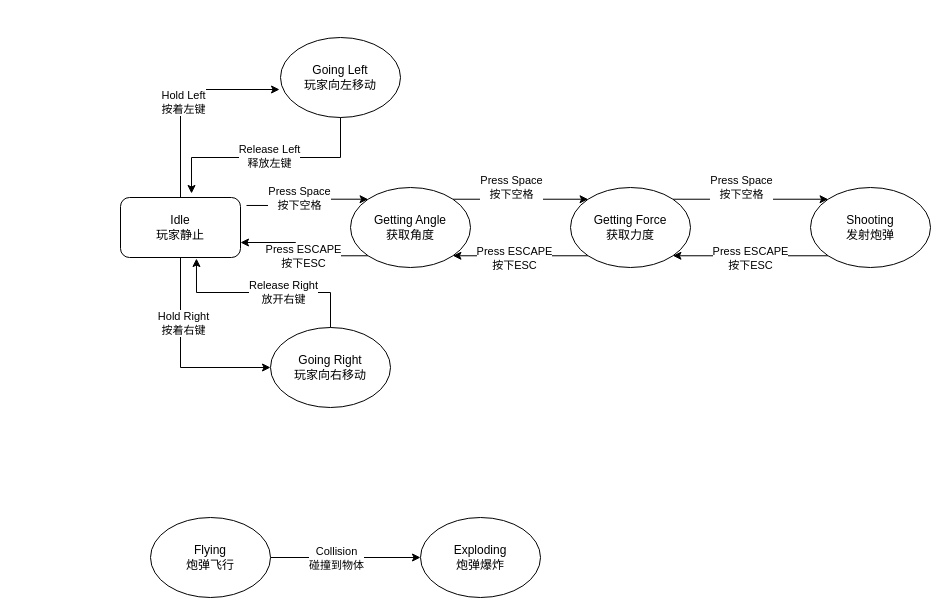
Before: openDDT/设计文档/状态机.drawio in wangqqiyue/Games, a draw.io diagram. Source tidied: cells renumbered, new cells numbered last; positions are measured from the earlier drawing's top-left corner, leaving out a move shared by most shapes. Both pictures are drawn from the tidied source at 100%, with x=0, y=0 at pixel (120, 37).
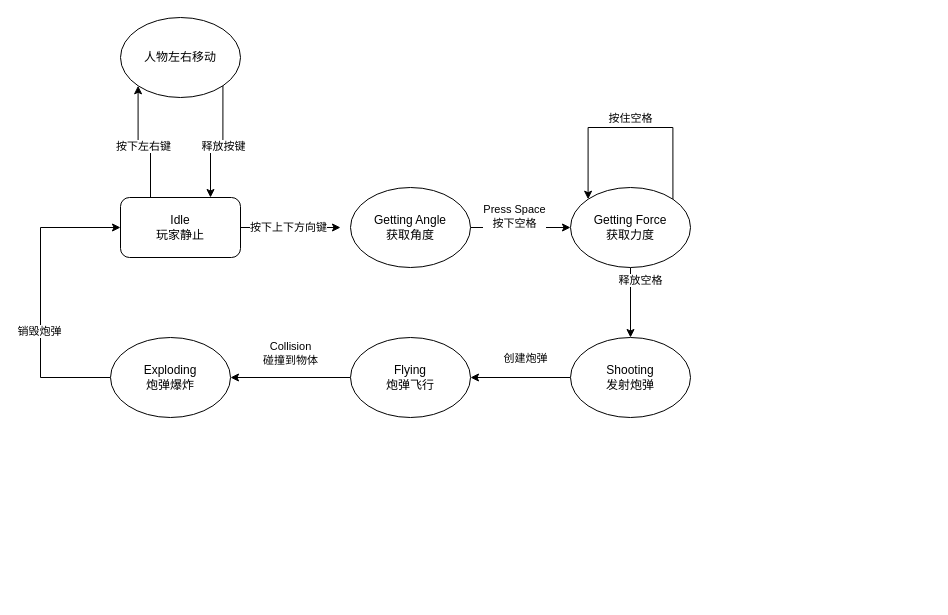
The same diagram, later.

The change refers to these unchanged cells:
```xml
<mxCell id="6" value="Idle&lt;div&gt;玩家静止&lt;/div&gt;" style="rounded=1;whiteSpace=wrap;html=1;" parent="1" vertex="1">
  <mxGeometry y="160" width="120" height="60" as="geometry" />
</mxCell>
<mxCell id="13" value="Getting Angle&lt;div&gt;获取角度&lt;/div&gt;" style="ellipse;whiteSpace=wrap;html=1;" parent="1" vertex="1">
  <mxGeometry x="230" y="150" width="120" height="80" as="geometry" />
</mxCell>
<mxCell id="18" value="Getting Force&lt;div&gt;获取力度&lt;/div&gt;" style="ellipse;whiteSpace=wrap;html=1;" parent="1" vertex="1">
  <mxGeometry x="450" y="150" width="120" height="80" as="geometry" />
</mxCell>
```

The edit, as a diff of the source:
```diff
@@
-    <mxCell id="2" style="edgeStyle=orthogonalEdgeStyle;rounded=0;jettySize=auto;html=1;exitX=0.5;exitY=1;exitDx=0;exitDy=0;entryX=0;entryY=0.5;entryDx=0;entryDy=0;" parent="1" edge="1" source="6" target="8">
-      <mxGeometry relative="1" as="geometry" />
-    </mxCell>
-    <mxCell id="3" value="Hold Right&lt;div&gt;按着右键&lt;/div&gt;" style="edgeLabel;html=1;align=center;verticalAlign=middle;" parent="2" vertex="1">
-      <mxGeometry x="-0.35" y="2" relative="1" as="geometry" />
-    </mxCell>
-    <mxCell id="4" style="edgeStyle=orthogonalEdgeStyle;rounded=0;jettySize=auto;html=1;exitX=1.05;exitY=0.133;exitDx=0;exitDy=0;entryX=0;entryY=0;entryDx=0;entryDy=0;exitPerimeter=0;" parent="1" edge="1" source="6" target="13">
-      <mxGeometry relative="1" as="geometry" />
+    <mxCell id="4" style="edgeStyle=orthogonalEdgeStyle;rounded=0;jettySize=auto;html=1;exitX=1;exitY=0.5;exitDx=0;exitDy=0;" parent="1" edge="1" source="6">
+      <mxGeometry relative="1" as="geometry">
+        <mxPoint x="220" y="190" as="targetPoint" />
+      </mxGeometry>
     </mxCell>
-    <mxCell id="5" value="Press Space&lt;div&gt;按下空格&lt;/div&gt;" style="edgeLabel;html=1;align=center;verticalAlign=middle;" parent="4" vertex="1">
+    <mxCell id="5" value="按下上下方向键" style="edgeLabel;html=1;align=center;verticalAlign=middle;" parent="4" vertex="1">
       <mxGeometry x="-0.07" y="1" relative="1" as="geometry" />
     </mxCell>
@@
-    <mxCell id="7" value="Going Left&lt;div&gt;玩家向左移动&lt;/div&gt;" style="ellipse;whiteSpace=wrap;html=1;" parent="1" vertex="1">
-      <mxGeometry x="160" width="120" height="80" as="geometry" />
+    <mxCell id="7" value="人物左右移动" style="ellipse;whiteSpace=wrap;html=1;" parent="1" vertex="1">
+      <mxGeometry y="-20" width="120" height="80" as="geometry" />
     </mxCell>
-    <mxCell id="8" value="Going Right&lt;div&gt;玩家向右移动&lt;/div&gt;" style="ellipse;whiteSpace=wrap;html=1;" parent="1" vertex="1">
-      <mxGeometry x="150" y="290" width="120" height="80" as="geometry" />
-    </mxCell>
-    <mxCell id="9" style="edgeStyle=orthogonalEdgeStyle;rounded=0;jettySize=auto;html=1;exitX=1;exitY=0;exitDx=0;exitDy=0;entryX=0;entryY=0;entryDx=0;entryDy=0;" parent="1" edge="1" source="13" target="18">
+    <mxCell id="9" style="edgeStyle=orthogonalEdgeStyle;rounded=0;jettySize=auto;html=1;exitX=1;exitY=0.5;exitDx=0;exitDy=0;entryX=0;entryY=0.5;entryDx=0;entryDy=0;" parent="1" edge="1" source="13" target="18">
       <mxGeometry relative="1" as="geometry" />
     </mxCell>
@@
-    <mxCell id="11" style="edgeStyle=orthogonalEdgeStyle;rounded=0;jettySize=auto;html=1;exitX=0;exitY=1;exitDx=0;exitDy=0;entryX=1;entryY=0.75;entryDx=0;entryDy=0;" parent="1" edge="1" source="13" target="6">
-      <mxGeometry relative="1" as="geometry" />
-    </mxCell>
-    <mxCell id="12" value="Press ESCAPE&lt;br&gt;按下ESC" style="edgeLabel;html=1;align=center;verticalAlign=middle;" parent="11" vertex="1">
-      <mxGeometry x="-0.08" relative="1" as="geometry" />
-    </mxCell>
@@
-    <mxCell id="14" style="edgeStyle=orthogonalEdgeStyle;rounded=0;jettySize=auto;html=1;exitX=1;exitY=0;exitDx=0;exitDy=0;entryX=0;entryY=0;entryDx=0;entryDy=0;" parent="1" edge="1" source="18" target="21">
+    <mxCell id="14" style="edgeStyle=orthogonalEdgeStyle;rounded=0;jettySize=auto;html=1;exitX=0.5;exitY=1;exitDx=0;exitDy=0;entryX=0.5;entryY=0;entryDx=0;entryDy=0;" parent="1" edge="1" source="18" target="21">
       <mxGeometry relative="1" as="geometry" />
     </mxCell>
-    <mxCell id="15" value="Press Space&lt;div&gt;按下空格&lt;/div&gt;" style="edgeLabel;html=1;align=center;verticalAlign=middle;" parent="14" vertex="1">
+    <mxCell id="15" value="释放空格" style="edgeLabel;html=1;align=center;verticalAlign=middle;" parent="14" vertex="1">
       <mxGeometry x="-0.26" y="-2" relative="1" as="geometry">
         <mxPoint x="11" y="-14" as="offset" />
       </mxGeometry>
     </mxCell>
-    <mxCell id="16" style="edgeStyle=orthogonalEdgeStyle;rounded=0;jettySize=auto;html=1;exitX=0;exitY=1;exitDx=0;exitDy=0;entryX=1;entryY=1;entryDx=0;entryDy=0;" parent="1" edge="1" source="18" target="13">
-      <mxGeometry relative="1" as="geometry" />
-    </mxCell>
-    <mxCell id="17" value="Press ESCAPE&lt;br&gt;按下ESC" style="edgeLabel;html=1;align=center;verticalAlign=middle;" parent="16" vertex="1">
-      <mxGeometry x="0.1" y="2" relative="1" as="geometry" />
-    </mxCell>
@@
-    <mxCell id="19" style="edgeStyle=orthogonalEdgeStyle;rounded=0;jettySize=auto;html=1;exitX=0;exitY=1;exitDx=0;exitDy=0;entryX=1;entryY=1;entryDx=0;entryDy=0;" parent="1" edge="1" source="21" target="18">
-      <mxGeometry relative="1" as="geometry" />
-    </mxCell>
-    <mxCell id="20" value="Press ESCAPE&lt;br&gt;按下ESC" style="edgeLabel;html=1;align=center;verticalAlign=middle;" parent="19" vertex="1">
-      <mxGeometry x="0.27" y="1" relative="1" as="geometry">
-        <mxPoint x="21" y="1" as="offset" />
-      </mxGeometry>
-    </mxCell>
+    <mxCell id="32" style="edgeStyle=orthogonalEdgeStyle;rounded=0;jettySize=auto;html=1;exitX=0;exitY=0.5;exitDx=0;exitDy=0;entryX=1;entryY=0.5;entryDx=0;entryDy=0;" parent="1" edge="1" source="21" target="30">
+      <mxGeometry relative="1" as="geometry" />
+    </mxCell>
+    <mxCell id="33" value="创建炮弹" style="edgeLabel;html=1;align=center;verticalAlign=middle;" parent="32" vertex="1">
+      <mxGeometry y="-3" relative="1" as="geometry">
+        <mxPoint x="4" y="-17" as="offset" />
+      </mxGeometry>
+    </mxCell>
     <mxCell id="21" value="Shooting&lt;div&gt;发射炮弹&lt;/div&gt;" style="ellipse;whiteSpace=wrap;html=1;" parent="1" vertex="1">
-      <mxGeometry x="690" y="150" width="120" height="80" as="geometry" />
+      <mxGeometry x="450" y="300" width="120" height="80" as="geometry" />
     </mxCell>
-    <mxCell id="22" style="edgeStyle=orthogonalEdgeStyle;rounded=0;jettySize=auto;html=1;exitX=0.5;exitY=0;exitDx=0;exitDy=0;entryX=-0.008;entryY=0.65;entryDx=0;entryDy=0;entryPerimeter=0;" parent="1" edge="1" source="6" target="7">
+    <mxCell id="22" style="edgeStyle=orthogonalEdgeStyle;rounded=0;jettySize=auto;html=1;exitX=0.25;exitY=0;exitDx=0;exitDy=0;entryX=0;entryY=1;entryDx=0;entryDy=0;" parent="1" edge="1" source="6" target="7">
       <mxGeometry relative="1" as="geometry" />
     </mxCell>
-    <mxCell id="23" value="Hold Left&lt;div&gt;按着左键&lt;/div&gt;" style="edgeLabel;html=1;align=center;verticalAlign=middle;" parent="22" vertex="1">
+    <mxCell id="23" value="按下左右键" style="edgeLabel;html=1;align=center;verticalAlign=middle;" parent="22" vertex="1">
       <mxGeometry x="-0.07" y="-2" relative="1" as="geometry" />
     </mxCell>
-    <mxCell id="24" style="edgeStyle=orthogonalEdgeStyle;rounded=0;jettySize=auto;html=1;exitX=0.5;exitY=1;exitDx=0;exitDy=0;entryX=0.592;entryY=-0.067;entryDx=0;entryDy=0;entryPerimeter=0;" parent="1" edge="1" source="7" target="6">
+    <mxCell id="24" style="edgeStyle=orthogonalEdgeStyle;rounded=0;jettySize=auto;html=1;exitX=1;exitY=1;exitDx=0;exitDy=0;entryX=0.75;entryY=0;entryDx=0;entryDy=0;" parent="1" edge="1" source="7" target="6">
       <mxGeometry relative="1" as="geometry" />
     </mxCell>
-    <mxCell id="25" value="Release Left&lt;div&gt;释放左键&lt;/div&gt;" style="edgeLabel;html=1;align=center;verticalAlign=middle;" parent="24" vertex="1">
+    <mxCell id="25" value="释放按键" style="edgeLabel;html=1;align=center;verticalAlign=middle;" parent="24" vertex="1">
       <mxGeometry y="-2" relative="1" as="geometry" />
     </mxCell>
-    <mxCell id="26" style="edgeStyle=orthogonalEdgeStyle;rounded=0;jettySize=auto;html=1;exitX=0.5;exitY=0;exitDx=0;exitDy=0;entryX=0.633;entryY=1.017;entryDx=0;entryDy=0;entryPerimeter=0;" parent="1" edge="1" source="8" target="6">
-      <mxGeometry relative="1" as="geometry" />
-    </mxCell>
-    <mxCell id="27" value="Release Right&lt;div&gt;放开右键&lt;/div&gt;" style="edgeLabel;html=1;align=center;verticalAlign=middle;" parent="26" vertex="1">
-      <mxGeometry x="-0.18" y="-1" relative="1" as="geometry" />
-    </mxCell>
-    <mxCell id="28" style="edgeStyle=orthogonalEdgeStyle;rounded=0;jettySize=auto;html=1;exitX=1;exitY=0.5;exitDx=0;exitDy=0;entryX=0;entryY=0.5;entryDx=0;entryDy=0;" parent="1" edge="1" source="30" target="31">
+    <mxCell id="28" style="edgeStyle=orthogonalEdgeStyle;rounded=0;jettySize=auto;html=1;exitX=0;exitY=0.5;exitDx=0;exitDy=0;entryX=1;entryY=0.5;entryDx=0;entryDy=0;" parent="1" edge="1" source="30" target="31">
       <mxGeometry relative="1" as="geometry" />
     </mxCell>
     <mxCell id="29" value="Collision&lt;br&gt;碰撞到物体" style="edgeLabel;html=1;align=center;verticalAlign=middle;" parent="28" vertex="1">
-      <mxGeometry x="-0.13" relative="1" as="geometry" />
+      <mxGeometry x="-0.13" relative="1" as="geometry">
+        <mxPoint x="-9" y="-25" as="offset" />
+      </mxGeometry>
     </mxCell>
     <mxCell id="30" value="&lt;div&gt;Flying&lt;/div&gt;炮弹飞行" style="ellipse;whiteSpace=wrap;html=1;" parent="1" vertex="1">
-      <mxGeometry x="30" y="480" width="120" height="80" as="geometry" />
+      <mxGeometry x="230" y="300" width="120" height="80" as="geometry" />
     </mxCell>
+    <mxCell id="34" style="edgeStyle=orthogonalEdgeStyle;rounded=0;jettySize=auto;html=1;exitX=0;exitY=0.5;exitDx=0;exitDy=0;entryX=0;entryY=0.5;entryDx=0;entryDy=0;" parent="1" edge="1" source="31" target="6">
+      <mxGeometry relative="1" as="geometry">
+        <Array as="points">
+          <mxPoint x="-80" y="340" />
+          <mxPoint x="-80" y="190" />
+        </Array>
+      </mxGeometry>
+    </mxCell>
+    <mxCell id="35" value="销毁炮弹" style="edgeLabel;html=1;align=center;verticalAlign=middle;" parent="34" vertex="1">
+      <mxGeometry x="-0.22" y="2" relative="1" as="geometry" />
+    </mxCell>
     <mxCell id="31" value="Exploding&lt;div&gt;炮弹爆炸&lt;/div&gt;" style="ellipse;whiteSpace=wrap;html=1;" parent="1" vertex="1">
-      <mxGeometry x="300" y="480" width="120" height="80" as="geometry" />
+      <mxGeometry x="-10" y="300" width="120" height="80" as="geometry" />
     </mxCell>
+    <mxCell id="36" style="edgeStyle=orthogonalEdgeStyle;rounded=0;orthogonalLoop=1;jettySize=auto;html=1;exitX=1;exitY=0;exitDx=0;exitDy=0;entryX=0;entryY=0;entryDx=0;entryDy=0;" parent="1" edge="1" source="18" target="18">
+      <mxGeometry relative="1" as="geometry">
+        <Array as="points">
+          <mxPoint x="552" y="90" />
+          <mxPoint x="468" y="90" />
+        </Array>
+      </mxGeometry>
+    </mxCell>
+    <mxCell id="37" value="按住空格" style="edgeLabel;html=1;align=center;verticalAlign=middle;" parent="36" vertex="1">
+      <mxGeometry x="0.17" y="-3" relative="1" as="geometry">
+        <mxPoint x="19" y="-7" as="offset" />
+      </mxGeometry>
+    </mxCell>
```
